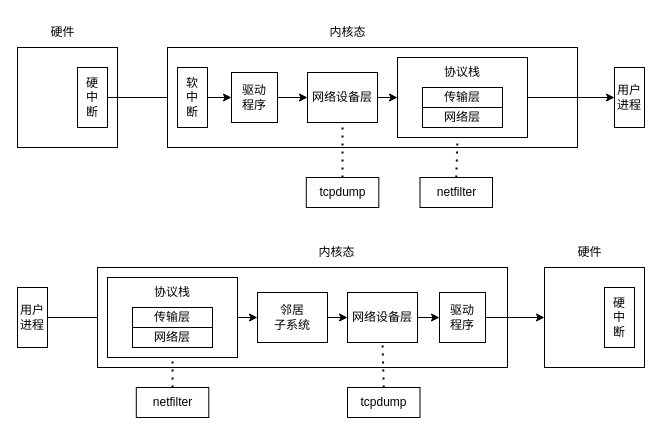
Above: 1.知识体系/5.linux网络/tcpdump工作.drawio in gwm-learn/studyspace (draw.io), before the change. Source tidied: cells renumbered, new cells numbered last; positions are measured from the earlier drawing's top-left corner, leaving out a move shared by most shapes. Both pictures are drawn from the tidied source at 100%, with x=0, y=0 at pixel (17, 17).
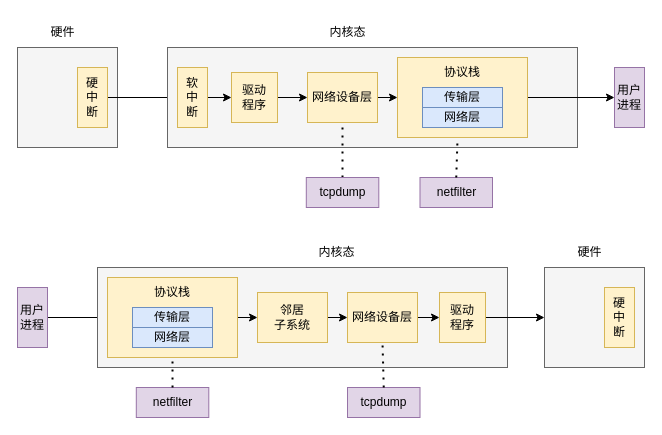
The same page after the edit.

Diff of the diagram source:
```diff
@@
-    <mxCell id="2" style="rounded=0;whiteSpace=wrap;html=1;" parent="1" vertex="1">
+    <mxCell id="2" style="rounded=0;whiteSpace=wrap;html=1;fillColor=#f5f5f5;fontColor=#333333;strokeColor=#666666;" parent="1" vertex="1">
       <mxGeometry y="30" width="100" height="100" as="geometry" />
     </mxCell>
@@
-    <mxCell id="5" value="硬&lt;br&gt;中&lt;br&gt;断" style="rounded=0;whiteSpace=wrap;html=1;" parent="1" vertex="1">
+    <mxCell id="5" value="硬&lt;br&gt;中&lt;br&gt;断" style="rounded=0;whiteSpace=wrap;html=1;fillColor=#fff2cc;strokeColor=#d6b656;" parent="1" vertex="1">
       <mxGeometry x="60" y="50" width="30" height="60" as="geometry" />
     </mxCell>
-    <mxCell id="6" style="rounded=0;whiteSpace=wrap;html=1;" parent="1" vertex="1">
+    <mxCell id="6" style="rounded=0;whiteSpace=wrap;html=1;fillColor=#f5f5f5;fontColor=#333333;strokeColor=#666666;" parent="1" vertex="1">
       <mxGeometry x="150" y="30" width="410" height="100" as="geometry" />
     </mxCell>
@@
-    <mxCell id="8" value="软&lt;br&gt;中&lt;br&gt;断" style="rounded=0;whiteSpace=wrap;html=1;" parent="1" vertex="1">
+    <mxCell id="8" value="软&lt;br&gt;中&lt;br&gt;断" style="rounded=0;whiteSpace=wrap;html=1;fillColor=#fff2cc;strokeColor=#d6b656;" parent="1" vertex="1">
       <mxGeometry x="160" y="50" width="30" height="60" as="geometry" />
     </mxCell>
@@
-    <mxCell id="10" value="驱动&lt;br&gt;程序" style="rounded=0;whiteSpace=wrap;html=1;" parent="1" vertex="1">
+    <mxCell id="10" value="驱动&lt;br&gt;程序" style="rounded=0;whiteSpace=wrap;html=1;fillColor=#fff2cc;strokeColor=#d6b656;" parent="1" vertex="1">
       <mxGeometry x="214" y="55" width="46" height="50" as="geometry" />
     </mxCell>
@@
-    <mxCell id="12" value="网络设备层" style="rounded=0;whiteSpace=wrap;html=1;" parent="1" vertex="1">
+    <mxCell id="12" value="网络设备层" style="rounded=0;whiteSpace=wrap;html=1;fillColor=#fff2cc;strokeColor=#d6b656;" parent="1" vertex="1">
       <mxGeometry x="290" y="55" width="70" height="50" as="geometry" />
     </mxCell>
@@
-    <mxCell id="14" style="rounded=0;whiteSpace=wrap;html=1;" parent="1" vertex="1">
+    <mxCell id="14" style="rounded=0;whiteSpace=wrap;html=1;fillColor=#fff2cc;strokeColor=#d6b656;" parent="1" vertex="1">
       <mxGeometry x="380" y="40" width="130" height="80" as="geometry" />
     </mxCell>
-    <mxCell id="15" value="传输层" style="rounded=0;whiteSpace=wrap;html=1;" parent="1" vertex="1">
+    <mxCell id="15" value="传输层" style="rounded=0;whiteSpace=wrap;html=1;fillColor=#dae8fc;strokeColor=#6c8ebf;" parent="1" vertex="1">
       <mxGeometry x="405" y="70" width="80" height="20" as="geometry" />
     </mxCell>
-    <mxCell id="16" value="网络层" style="rounded=0;whiteSpace=wrap;html=1;" parent="1" vertex="1">
+    <mxCell id="16" value="网络层" style="rounded=0;whiteSpace=wrap;html=1;fillColor=#dae8fc;strokeColor=#6c8ebf;" parent="1" vertex="1">
       <mxGeometry x="405" y="90" width="80" height="20" as="geometry" />
     </mxCell>
@@
-    <mxCell id="18" value="用户&lt;br&gt;进程" style="rounded=0;whiteSpace=wrap;html=1;" parent="1" vertex="1">
+    <mxCell id="18" value="用户&lt;br&gt;进程" style="rounded=0;whiteSpace=wrap;html=1;fillColor=#e1d5e7;strokeColor=#9673a6;" parent="1" vertex="1">
       <mxGeometry x="597" y="50" width="30" height="60" as="geometry" />
     </mxCell>
@@
-    <mxCell id="20" value="tcpdump" style="rounded=0;whiteSpace=wrap;html=1;" parent="1" vertex="1">
+    <mxCell id="20" value="tcpdump" style="rounded=0;whiteSpace=wrap;html=1;fillColor=#e1d5e7;strokeColor=#9673a6;" parent="1" vertex="1">
       <mxGeometry x="288.8" y="160" width="72.5" height="30" as="geometry" />
     </mxCell>
-    <mxCell id="21" value="netfilter" style="rounded=0;whiteSpace=wrap;html=1;" parent="1" vertex="1">
+    <mxCell id="21" value="netfilter" style="rounded=0;whiteSpace=wrap;html=1;fillColor=#e1d5e7;strokeColor=#9673a6;" parent="1" vertex="1">
       <mxGeometry x="402.5" y="160" width="72.5" height="30" as="geometry" />
     </mxCell>
@@
-    <mxCell id="24" value="用户&lt;br&gt;进程" style="rounded=0;whiteSpace=wrap;html=1;" parent="1" vertex="1">
+    <mxCell id="24" value="用户&lt;br&gt;进程" style="rounded=0;whiteSpace=wrap;html=1;fillColor=#e1d5e7;strokeColor=#9673a6;" parent="1" vertex="1">
       <mxGeometry y="270" width="30" height="60" as="geometry" />
     </mxCell>
-    <mxCell id="25" style="rounded=0;whiteSpace=wrap;html=1;" parent="1" vertex="1">
+    <mxCell id="25" style="rounded=0;whiteSpace=wrap;html=1;fillColor=#f5f5f5;fontColor=#333333;strokeColor=#666666;" parent="1" vertex="1">
       <mxGeometry x="80" y="250" width="410" height="100" as="geometry" />
     </mxCell>
@@
-    <mxCell id="27" value="驱动&lt;br&gt;程序" style="rounded=0;whiteSpace=wrap;html=1;" parent="1" vertex="1">
+    <mxCell id="27" value="驱动&lt;br&gt;程序" style="rounded=0;whiteSpace=wrap;html=1;fillColor=#fff2cc;strokeColor=#d6b656;" parent="1" vertex="1">
       <mxGeometry x="422" y="275" width="46" height="50" as="geometry" />
     </mxCell>
@@
-    <mxCell id="29" value="网络设备层" style="rounded=0;whiteSpace=wrap;html=1;" parent="1" vertex="1">
+    <mxCell id="29" value="网络设备层" style="rounded=0;whiteSpace=wrap;html=1;fillColor=#fff2cc;strokeColor=#d6b656;" parent="1" vertex="1">
       <mxGeometry x="330" y="275" width="70" height="50" as="geometry" />
     </mxCell>
@@
-    <mxCell id="31" style="rounded=0;whiteSpace=wrap;html=1;" parent="1" vertex="1">
+    <mxCell id="31" style="rounded=0;whiteSpace=wrap;html=1;fillColor=#fff2cc;strokeColor=#d6b656;" parent="1" vertex="1">
       <mxGeometry x="90" y="260" width="130" height="80" as="geometry" />
     </mxCell>
-    <mxCell id="32" value="传输层" style="rounded=0;whiteSpace=wrap;html=1;" parent="1" vertex="1">
+    <mxCell id="32" value="传输层" style="rounded=0;whiteSpace=wrap;html=1;fillColor=#dae8fc;strokeColor=#6c8ebf;" parent="1" vertex="1">
       <mxGeometry x="115" y="290" width="80" height="20" as="geometry" />
     </mxCell>
-    <mxCell id="33" value="网络层" style="rounded=0;whiteSpace=wrap;html=1;" parent="1" vertex="1">
+    <mxCell id="33" value="网络层" style="rounded=0;whiteSpace=wrap;html=1;fillColor=#dae8fc;strokeColor=#6c8ebf;" parent="1" vertex="1">
       <mxGeometry x="115" y="310" width="80" height="20" as="geometry" />
     </mxCell>
@@
-    <mxCell id="36" value="邻居&lt;br&gt;子系统" style="rounded=0;whiteSpace=wrap;html=1;" parent="1" vertex="1">
+    <mxCell id="36" value="邻居&lt;br&gt;子系统" style="rounded=0;whiteSpace=wrap;html=1;fillColor=#fff2cc;strokeColor=#d6b656;" parent="1" vertex="1">
       <mxGeometry x="240" y="275" width="70" height="50" as="geometry" />
     </mxCell>
-    <mxCell id="37" style="rounded=0;whiteSpace=wrap;html=1;" parent="1" vertex="1">
+    <mxCell id="37" style="rounded=0;whiteSpace=wrap;html=1;fillColor=#f5f5f5;fontColor=#333333;strokeColor=#666666;" parent="1" vertex="1">
       <mxGeometry x="527" y="250" width="100" height="100" as="geometry" />
     </mxCell>
@@
-    <mxCell id="39" value="硬&lt;br&gt;中&lt;br&gt;断" style="rounded=0;whiteSpace=wrap;html=1;" parent="1" vertex="1">
+    <mxCell id="39" value="硬&lt;br&gt;中&lt;br&gt;断" style="rounded=0;whiteSpace=wrap;html=1;fillColor=#fff2cc;strokeColor=#d6b656;" parent="1" vertex="1">
       <mxGeometry x="587" y="270" width="30" height="60" as="geometry" />
     </mxCell>
@@
-    <mxCell id="42" value="netfilter" style="rounded=0;whiteSpace=wrap;html=1;" parent="1" vertex="1">
+    <mxCell id="42" value="netfilter" style="rounded=0;whiteSpace=wrap;html=1;fillColor=#e1d5e7;strokeColor=#9673a6;" parent="1" vertex="1">
       <mxGeometry x="118.8" y="370" width="72.5" height="30" as="geometry" />
     </mxCell>
-    <mxCell id="43" value="tcpdump" style="rounded=0;whiteSpace=wrap;html=1;" parent="1" vertex="1">
+    <mxCell id="43" value="tcpdump" style="rounded=0;whiteSpace=wrap;html=1;fillColor=#e1d5e7;strokeColor=#9673a6;" parent="1" vertex="1">
       <mxGeometry x="330" y="370" width="72.5" height="30" as="geometry" />
     </mxCell>
```
